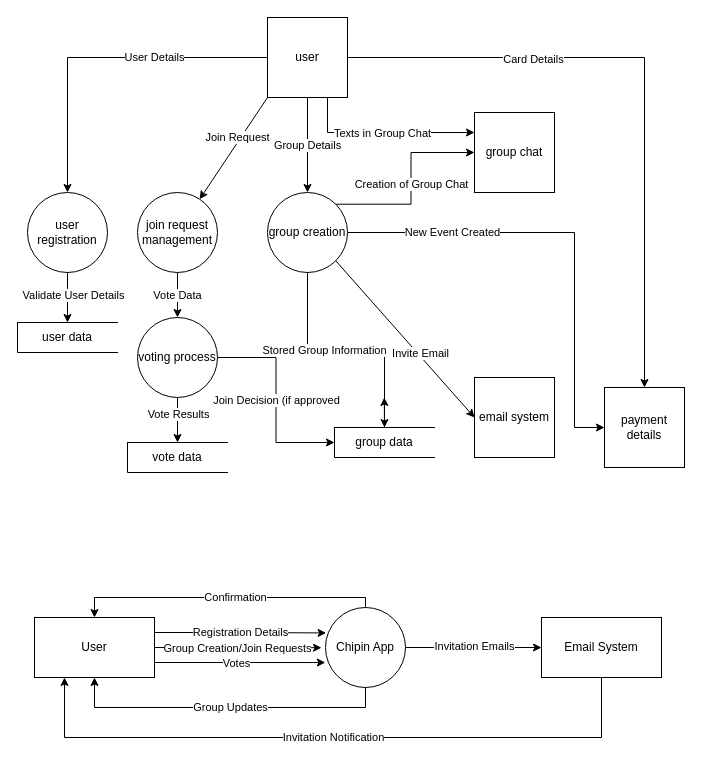
The draw.io diagram Software Engineering 2024 4 - Data Flow Diagrams.drawio in LaventD/ssa_project, before the edit. Source tidied: cells renumbered, new cells numbered last; positions are measured from the earlier drawing's top-left corner, leaving out a move shared by most shapes. Both pictures are drawn from the tidied source at 100%, with x=0, y=0 at pixel (17, 17).
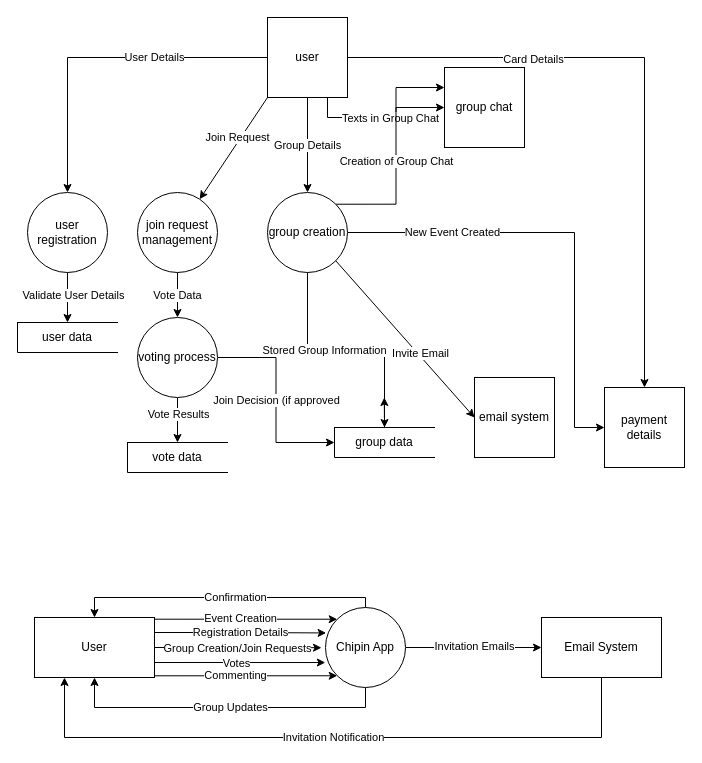
After the change.

Unchanged cells that the change refers to:
```xml
<mxCell id="42" value="Chipin App" style="ellipse;whiteSpace=wrap;html=1;" parent="1" vertex="1">
  <mxGeometry x="308" y="590" width="80" height="80" as="geometry" />
</mxCell>
<mxCell id="44" value="User" style="rounded=0;whiteSpace=wrap;html=1;" parent="1" vertex="1">
  <mxGeometry x="17" y="600" width="120" height="60" as="geometry" />
</mxCell>
```

Diff of the diagram source:
```diff
@@
     <mxCell id="27" value="group chat" style="whiteSpace=wrap;html=1;" parent="1" vertex="1">
-      <mxGeometry x="457" y="95" width="80" height="80" as="geometry" />
+      <mxGeometry x="427" y="50" width="80" height="80" as="geometry" />
     </mxCell>
@@
+    <mxCell id="51" style="edgeStyle=orthogonalEdgeStyle;rounded=0;jettySize=auto;html=1;exitX=1;exitY=0;exitDx=0;exitDy=0;entryX=0;entryY=0;entryDx=0;entryDy=0;" parent="1" edge="1" source="44" target="42">
+      <mxGeometry relative="1" as="geometry">
+        <Array as="points">
+          <mxPoint x="137" y="602" />
+        </Array>
+      </mxGeometry>
+    </mxCell>
+    <mxCell id="52" value="Event Creation" style="edgeLabel;html=1;align=center;verticalAlign=middle;" parent="51" vertex="1">
+      <mxGeometry x="-0.08" y="1" relative="1" as="geometry">
+        <mxPoint x="2" as="offset" />
+      </mxGeometry>
+    </mxCell>
+    <mxCell id="53" style="edgeStyle=orthogonalEdgeStyle;rounded=0;jettySize=auto;html=1;exitX=1;exitY=1;exitDx=0;exitDy=0;entryX=0;entryY=1;entryDx=0;entryDy=0;" parent="1" edge="1" source="44" target="42">
+      <mxGeometry relative="1" as="geometry">
+        <Array as="points">
+          <mxPoint x="137" y="658" />
+        </Array>
+      </mxGeometry>
+    </mxCell>
+    <mxCell id="54" value="Commenting" style="edgeLabel;html=1;align=center;verticalAlign=middle;" parent="53" vertex="1">
+      <mxGeometry x="-0.11" y="1" relative="1" as="geometry" />
+    </mxCell>
```
